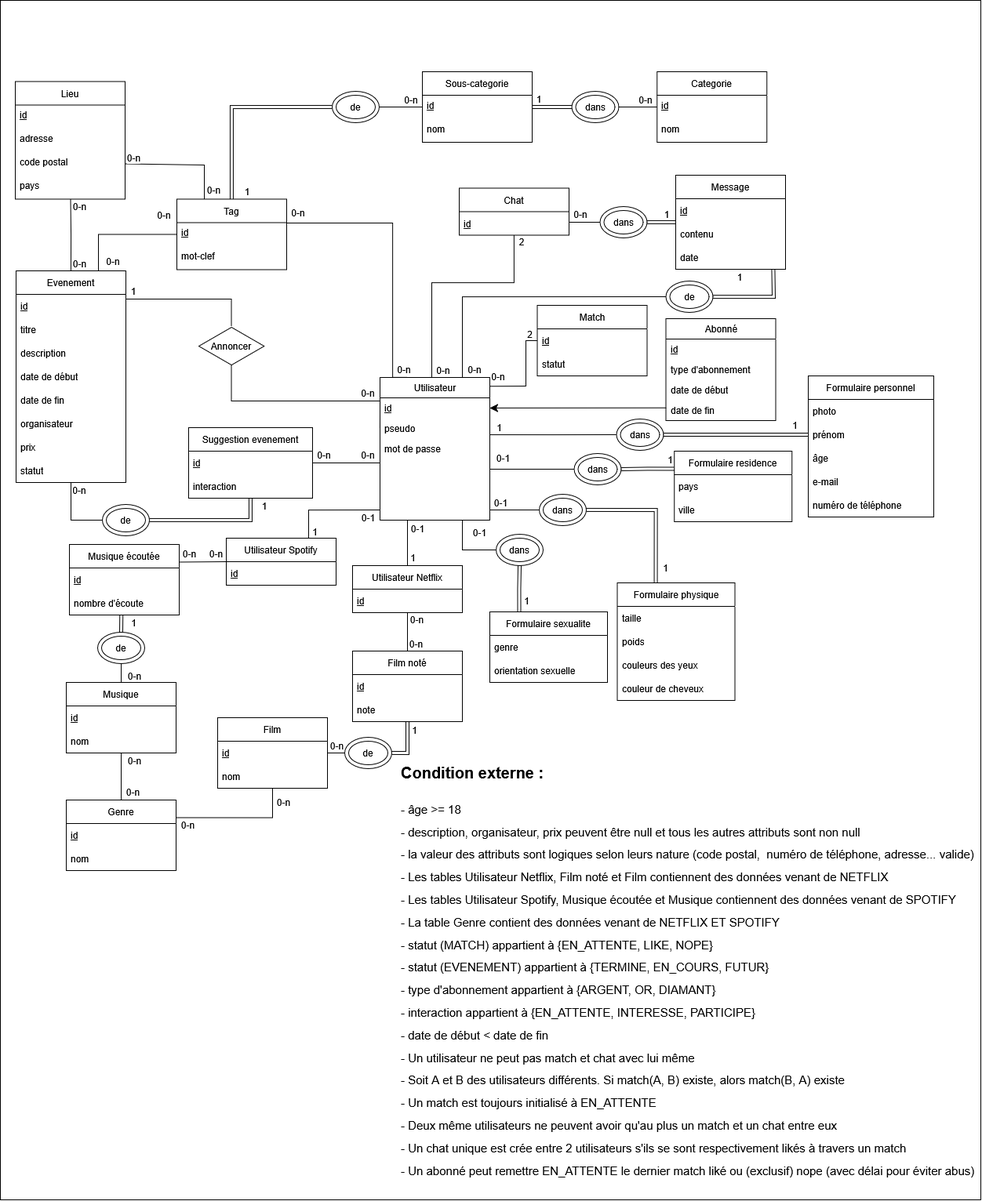
The draw.io diagram ER.png in SuyuKuka/Le-Big-Match-Big-Brother-Is-Matching-You, before a commit. Source tidied: cells renumbered, new cells last; positions are measured from the earlier drawing's top-left corner, leaving out a move shared by most shapes.
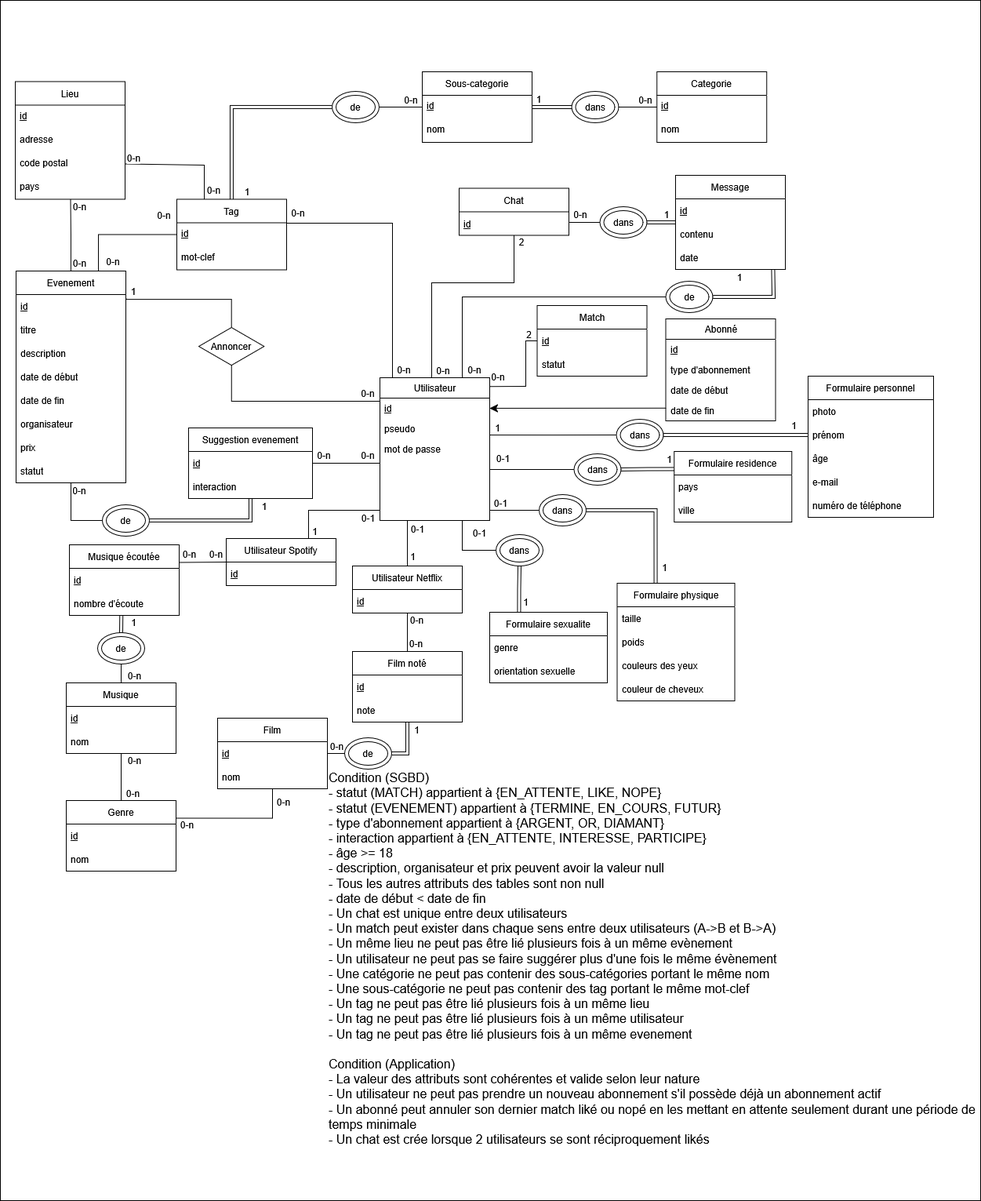
Above is the later version.

Change to the diagram source:
```diff
@@ -382,9 +382,6 @@
     <mxCell id="116" value="1" style="text;html=1;align=center;verticalAlign=middle;whiteSpace=wrap;rounded=0;" parent="1" vertex="1">
       <mxGeometry x="322" y="635" width="30" height="20" as="geometry" />
     </mxCell>
-    <mxCell id="117" value="&lt;h1 style=&quot;margin-top: 0px;&quot;&gt;&lt;span style=&quot;background-color: transparent; color: light-dark(rgb(0, 0, 0), rgb(255, 255, 255)); font-size: 20px;&quot;&gt;Condition externe :&lt;/span&gt;&lt;/h1&gt;&lt;h1 style=&quot;margin-top: 0px;&quot;&gt;&lt;div style=&quot;&quot;&gt;&lt;div style=&quot;&quot;&gt;&lt;span style=&quot;font-size: 15px; font-weight: 400;&quot;&gt;- âge &amp;gt;= 18&lt;/span&gt;&lt;/div&gt;&lt;div style=&quot;&quot;&gt;&lt;span style=&quot;font-size: 15px; font-weight: 400;&quot;&gt;- description, organisateur, prix peuvent être null et tous les autres attributs sont non null&lt;/span&gt;&lt;/div&gt;&lt;div style=&quot;&quot;&gt;&lt;span style=&quot;font-size: 15px; font-weight: 400;&quot;&gt;- la valeur des attributs sont logiques selon leurs nature (code postal,&amp;nbsp; numéro de téléphone, adresse... valide)&lt;/span&gt;&lt;/div&gt;&lt;div style=&quot;&quot;&gt;&lt;span style=&quot;font-size: 15px; font-weight: 400;&quot;&gt;- Les tables Utilisateur Netflix, Film noté et Film contiennent des données venant de NETFLIX&lt;/span&gt;&lt;/div&gt;&lt;div style=&quot;&quot;&gt;&lt;span style=&quot;font-size: 15px; font-weight: 400;&quot;&gt;- Les tables Utilisateur Spotify, Musique écoutée et Musique contiennent des données venant de SPOTIFY&lt;/span&gt;&lt;/div&gt;&lt;div style=&quot;&quot;&gt;&lt;span style=&quot;font-size: 15px; font-weight: 400;&quot;&gt;- La table Genre contient des données venant de NETFLIX ET SPOTIFY&lt;/span&gt;&lt;/div&gt;&lt;div style=&quot;&quot;&gt;&lt;span style=&quot;font-size: 15px; font-weight: 400;&quot;&gt;- statut (MATCH) appartient à {EN_ATTENTE, LIKE, NOPE}&lt;/span&gt;&lt;/div&gt;&lt;div style=&quot;&quot;&gt;&lt;span style=&quot;font-size: 15px; font-weight: 400;&quot;&gt;- statut (EVENEMENT) appartient à {TERMINE, EN_COURS, FUTUR}&lt;/span&gt;&lt;/div&gt;&lt;div style=&quot;&quot;&gt;&lt;span style=&quot;font-size: 15px; font-weight: 400;&quot;&gt;- type d'abonnement appartient à {ARGENT, OR, DIAMANT}&lt;/span&gt;&lt;/div&gt;&lt;div style=&quot;&quot;&gt;&lt;span style=&quot;font-size: 15px; font-weight: 400;&quot;&gt;- interaction appartient à {EN_ATTENTE, INTERESSE, PARTICIPE}&lt;/span&gt;&lt;/div&gt;&lt;div style=&quot;&quot;&gt;&lt;span style=&quot;font-size: 15px; font-weight: 400;&quot;&gt;- date de début &amp;lt; date de fin&lt;/span&gt;&lt;/div&gt;&lt;div style=&quot;&quot;&gt;&lt;span style=&quot;font-size: 15px; font-weight: 400;&quot;&gt;- Un utilisateur ne peut pas match et chat avec lui même&lt;/span&gt;&lt;/div&gt;&lt;div style=&quot;&quot;&gt;&lt;span style=&quot;font-size: 15px; font-weight: 400;&quot;&gt;- Soit A et B des utilisateurs différents. Si match(A, B) existe, alors match(B, A) existe&lt;/span&gt;&lt;/div&gt;&lt;div style=&quot;&quot;&gt;&lt;span style=&quot;font-size: 15px; font-weight: 400;&quot;&gt;- Un match est toujours initialisé à EN_ATTENTE&lt;/span&gt;&lt;/div&gt;&lt;div style=&quot;&quot;&gt;&lt;span style=&quot;font-size: 15px; font-weight: 400;&quot;&gt;- Deux même utilisateurs ne peuvent avoir qu'au plus un match et un chat entre eux&lt;/span&gt;&lt;/div&gt;&lt;div style=&quot;&quot;&gt;&lt;span style=&quot;font-size: 15px; font-weight: 400;&quot;&gt;- Un chat unique est crée entre 2 utilisateurs s'ils se sont respectivement likés à travers un match&lt;/span&gt;&lt;/div&gt;&lt;div style=&quot;&quot;&gt;&lt;span style=&quot;font-size: 15px; font-weight: 400;&quot;&gt;- Un abonné peut remettre EN_ATTENTE le dernier match liké ou (exclusif) nope (avec délai pour éviter abus)&lt;/span&gt;&lt;/div&gt;&lt;/div&gt;&lt;/h1&gt;" style="text;html=1;whiteSpace=wrap;overflow=hidden;rounded=0;" parent="1" vertex="1">
-      <mxGeometry x="508.8" y="963" width="741.2" height="557" as="geometry" />
-    </mxCell>
     <mxCell id="118" style="edgeStyle=orthogonalEdgeStyle;rounded=0;jettySize=auto;html=1;shape=link;exitX=0;exitY=0.5;exitDx=0;exitDy=0;entryX=1;entryY=0.5;entryDx=0;entryDy=0;" parent="1" edge="1" source="17" target="120">
       <mxGeometry relative="1" as="geometry" />
     </mxCell>
@@ -623,7 +620,7 @@
     </mxCell>
     <mxCell id="185" value="1" style="edgeLabel;html=1;align=center;verticalAlign=middle;fontSize=12;" parent="184" vertex="1">
       <mxGeometry x="-0.8" y="-2" relative="1" as="geometry">
-        <mxPoint x="10" y="3" as="offset" />
+        <mxPoint x="13" y="4" as="offset" />
       </mxGeometry>
     </mxCell>
     <mxCell id="186" style="endArrow=none;html=1;rounded=0;fontSize=12;startSize=8;endSize=8;curved=1;entryX=0;entryY=0.5;entryDx=0;entryDy=0;exitX=1;exitY=0.5;exitDx=0;exitDy=0;" parent="1" edge="1" source="157" target="177">
@@ -676,5 +673,8 @@
         <mxPoint x="14" y="3" as="offset" />
       </mxGeometry>
     </mxCell>
+    <mxCell id="198" value="&lt;font style=&quot;font-size: 16px;&quot;&gt;Condition (SGBD)&lt;br&gt;- statut (MATCH) appartient à {EN_ATTENTE, LIKE, NOPE}&lt;br&gt;- statut (EVENEMENT) appartient à {TERMINE, EN_COURS, FUTUR}&lt;br&gt;- type d'abonnement appartient à {ARGENT, OR, DIAMANT}&lt;br&gt;- interaction appartient à {EN_ATTENTE, INTERESSE, PARTICIPE}&lt;br&gt;- âge &amp;gt;= 18&lt;br&gt;- description, organisateur et prix peuvent avoir la valeur null&lt;br&gt;- Tous les autres attributs des tables sont non null&lt;br&gt;- date de début &amp;lt; date de fin&lt;br&gt;- Un chat est unique entre deux utilisateurs&lt;br&gt;- Un match peut exister dans chaque sens entre deux utilisateurs (A-&amp;gt;B et B-&amp;gt;A)&lt;br&gt;- Un même lieu ne peut pas être lié plusieurs fois à un même evènement&lt;br&gt;- Un utilisateur ne peut pas se faire suggérer plus d'une fois le même évènement&lt;br&gt;- Une catégorie ne peut pas contenir des sous-catégories portant le même nom&lt;br&gt;- Une sous-catégorie ne peut pas contenir des tag portant le même mot-clef&lt;br&gt;- Un tag ne peut pas être lié plusieurs fois à un même lieu&lt;br&gt;- Un tag ne peut pas être lié plusieurs fois à un même utilisateur&lt;br&gt;- Un tag ne peut pas être lié plusieurs fois à un même evenement&lt;br&gt;&lt;br&gt;&lt;font&gt;Condition (Application)&lt;br&gt;- La valeur des attributs sont cohérentes et valide selon leur nature&lt;br&gt;- Un utilisateur ne peut pas prendre un nouveau abonnement s'il possède déjà un abonnement actif&lt;br&gt;- Un abonné peut annuler son dernier match liké ou nopé en les mettant en attente seulement durant une période de temps minimale&lt;br&gt;- Un chat est crée lorsque 2 utilisateurs se sont réciproquement likés&lt;/font&gt;&lt;/font&gt;" style="text;html=1;align=left;verticalAlign=top;whiteSpace=wrap;rounded=0;" parent="1" vertex="1">
+      <mxGeometry x="417" y="975" width="833" height="535" as="geometry" />
+    </mxCell>
   </root>
 </mxGraphModel>
```
